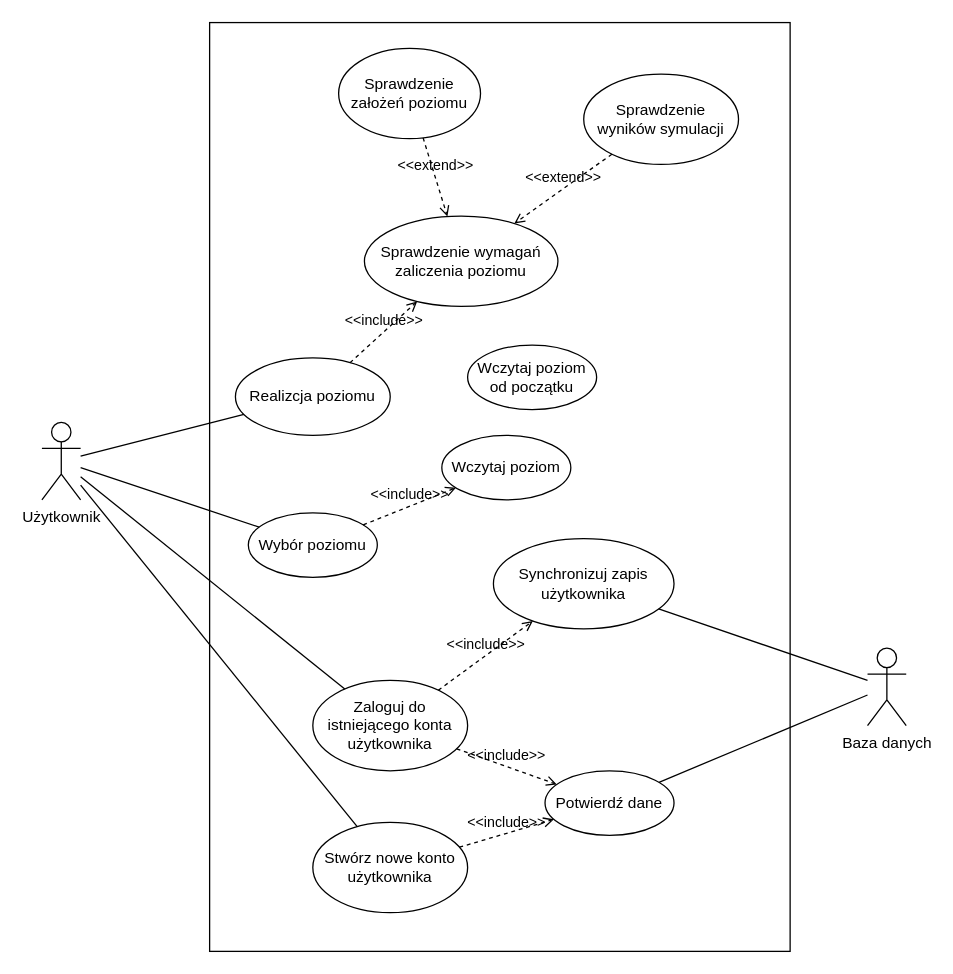
The draw.io diagram page "use case diagram" (9 of 19) of plan.drawio in bravePeer/BScThesis, before the edit. Source tidied: cells renumbered, new cells numbered last; positions are measured from the earlier drawing's top-left corner, leaving out a move shared by most shapes. Both pictures are drawn from the tidied source at 129%, with x=0, y=0 at pixel (41, 22).
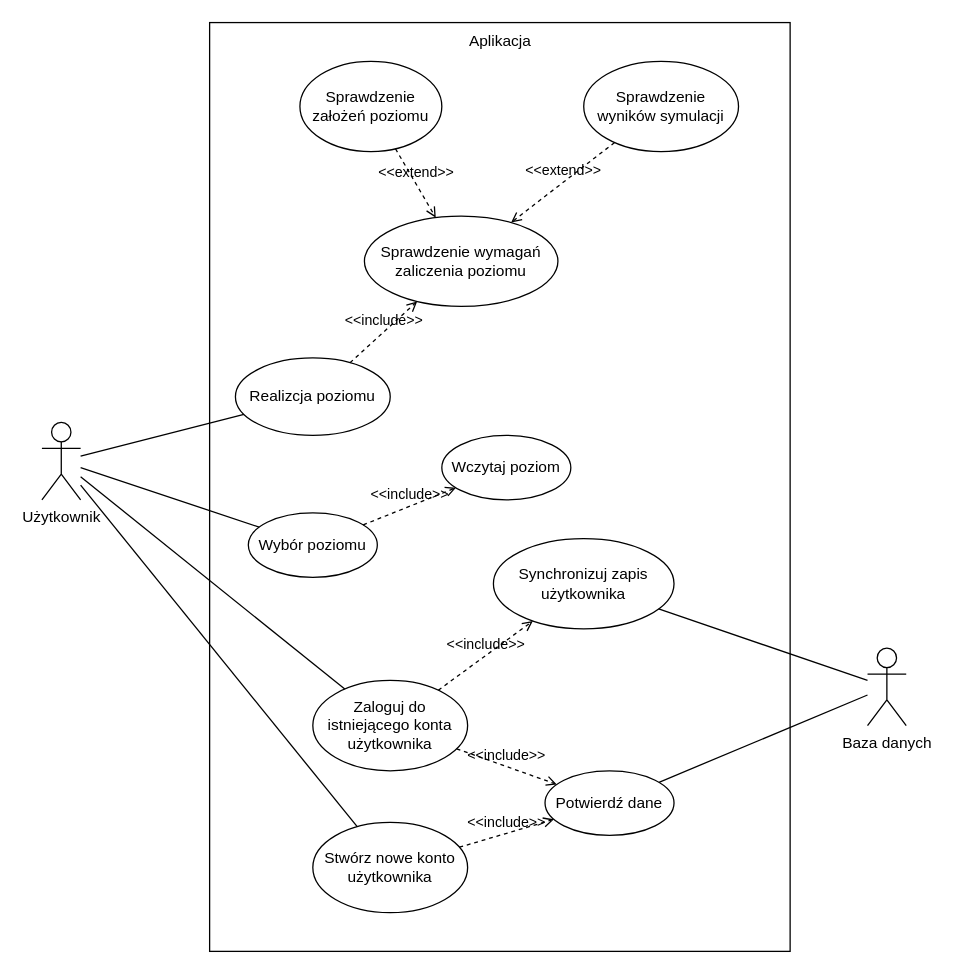
The same diagram, later.

Change to the diagram source:
```diff
@@
     <mxCell id="12" value="Sprawdzenie założeń poziomu" style="ellipse;whiteSpace=wrap;html=1;" parent="1" vertex="1">
-      <mxGeometry x="230" y="20" width="110" height="70" as="geometry" />
+      <mxGeometry x="200" y="30" width="110" height="70" as="geometry" />
     </mxCell>
     <mxCell id="13" value="Sprawdzenie wyników symulacji" style="ellipse;whiteSpace=wrap;html=1;" parent="1" vertex="1">
-      <mxGeometry x="420" y="40" width="120" height="70" as="geometry" />
+      <mxGeometry x="420" y="30" width="120" height="70" as="geometry" />
     </mxCell>
@@
-    <mxCell id="28" value="Wczytaj poziom od początku" style="ellipse;whiteSpace=wrap;html=1;" parent="1" vertex="1">
-      <mxGeometry x="330" y="250" width="100" height="50" as="geometry" />
-    </mxCell>
+    <mxCell id="29" value="Aplikacja" style="text;html=1;align=center;verticalAlign=middle;strokeColor=none;fillColor=none;" parent="1" vertex="1">
+      <mxGeometry x="320" width="70" height="30" as="geometry" />
+    </mxCell>
```
